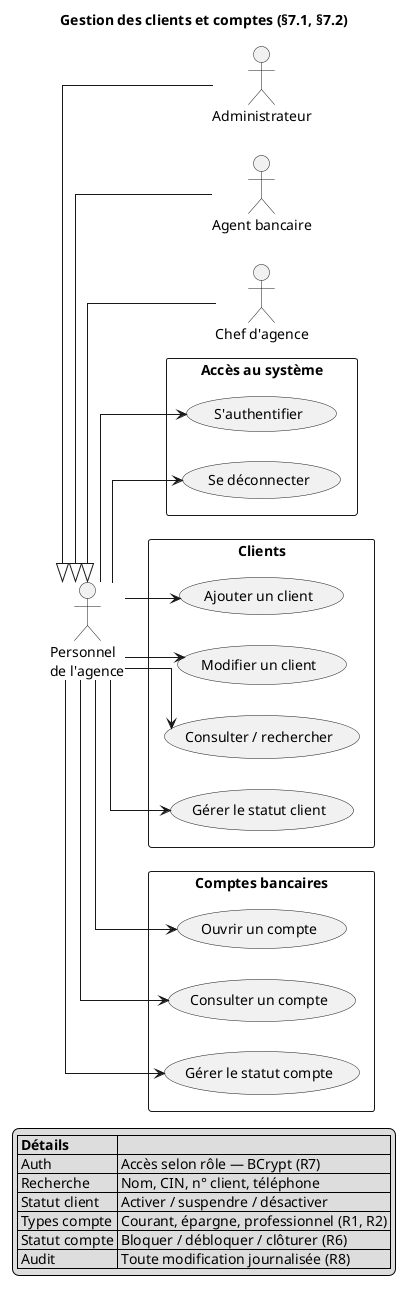
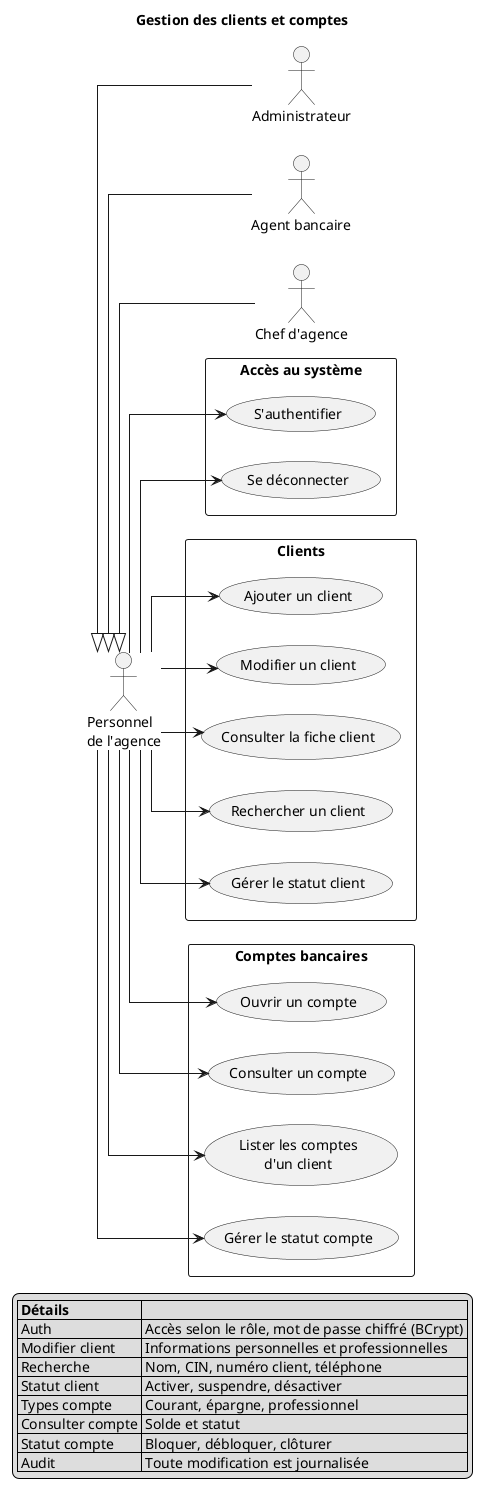
@startuml 01-clients-comptes
left to right direction
skinparam shadowing false
skinparam packageStyle rectangle
skinparam nodesep 30
skinparam ranksep 40
skinparam linetype ortho

- title Gestion des clients et comptes (§7.1, §7.2)
+ title Gestion des clients et comptes

- ' --- Acteurs : un seul lien vers les cas communs ---
actor "Personnel\nde l'agence" as personnel

actor "Administrateur" as admin
actor "Agent bancaire" as agent
actor "Chef d'agence" as chef

admin -up-|> personnel
agent -up-|> personnel
chef -up-|> personnel

- ' --- Cas d'utilisation groupés ---
rectangle "Accès au système" {
  usecase "S'authentifier" as UC_LOGIN
  usecase "Se déconnecter" as UC_LOGOUT
}

rectangle "Clients" {
  usecase "Ajouter un client" as UC_C_ADD
  usecase "Modifier un client" as UC_C_EDIT
-   usecase "Consulter / rechercher" as UC_C_VIEW
+   usecase "Consulter la fiche client" as UC_C_VIEW
+   usecase "Rechercher un client" as UC_C_SEARCH
  usecase "Gérer le statut client" as UC_C_STATUS
}

rectangle "Comptes bancaires" {
  usecase "Ouvrir un compte" as UC_A_OPEN
  usecase "Consulter un compte" as UC_A_VIEW
+   usecase "Lister les comptes\nd'un client" as UC_A_LIST
  usecase "Gérer le statut compte" as UC_A_STATUS
}

personnel --> UC_LOGIN
personnel --> UC_LOGOUT
personnel --> UC_C_ADD
personnel --> UC_C_EDIT
personnel --> UC_C_VIEW
+ personnel --> UC_C_SEARCH
personnel --> UC_C_STATUS
personnel --> UC_A_OPEN
personnel --> UC_A_VIEW
+ personnel --> UC_A_LIST
personnel --> UC_A_STATUS

legend bottom
  |= Détails |= |
-   | Auth | Accès selon rôle — BCrypt (R7) |
-   | Recherche | Nom, CIN, n° client, téléphone |
-   | Statut client | Activer / suspendre / désactiver |
-   | Types compte | Courant, épargne, professionnel (R1, R2) |
-   | Statut compte | Bloquer / débloquer / clôturer (R6) |
-   | Audit | Toute modification journalisée (R8) |
+   | Auth | Accès selon le rôle, mot de passe chiffré (BCrypt) |
+   | Modifier client | Informations personnelles et professionnelles |
+   | Recherche | Nom, CIN, numéro client, téléphone |
+   | Statut client | Activer, suspendre, désactiver |
+   | Types compte | Courant, épargne, professionnel |
+   | Consulter compte | Solde et statut |
+   | Statut compte | Bloquer, débloquer, clôturer |
+   | Audit | Toute modification est journalisée |
endlegend

@enduml
